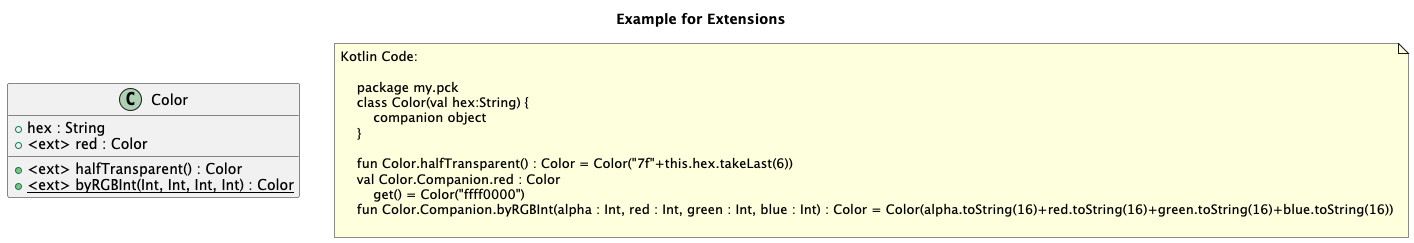
This is doc/plantuml/Extensions.png from Tosaa/ksp-plantuml, a PlantUML export, as it was before one commit.
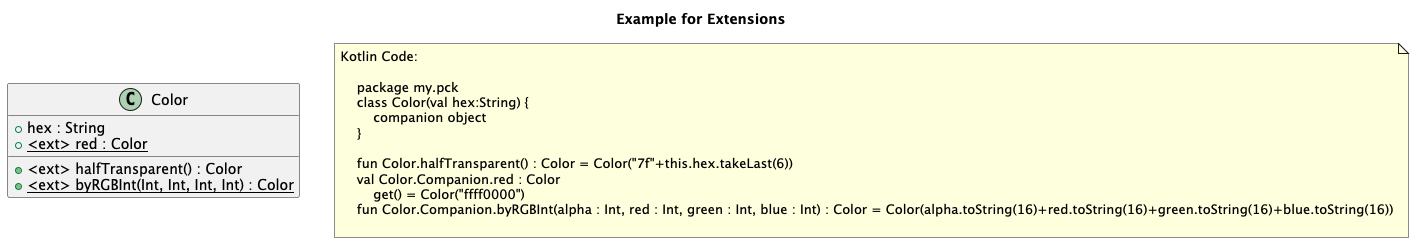
The same diagram one commit later.

Diff of the diagram source:
```diff
@@ -3,7 +3,7 @@
 
     class "Color" as my_pck_Color {
         + hex : String
-		+ <ext> red : Color
+		+ {static} <ext> red : Color
 		+ <ext> halfTransparent() : Color
 		+ {static} <ext> byRGBInt(Int, Int, Int, Int) : Color
     }
```
